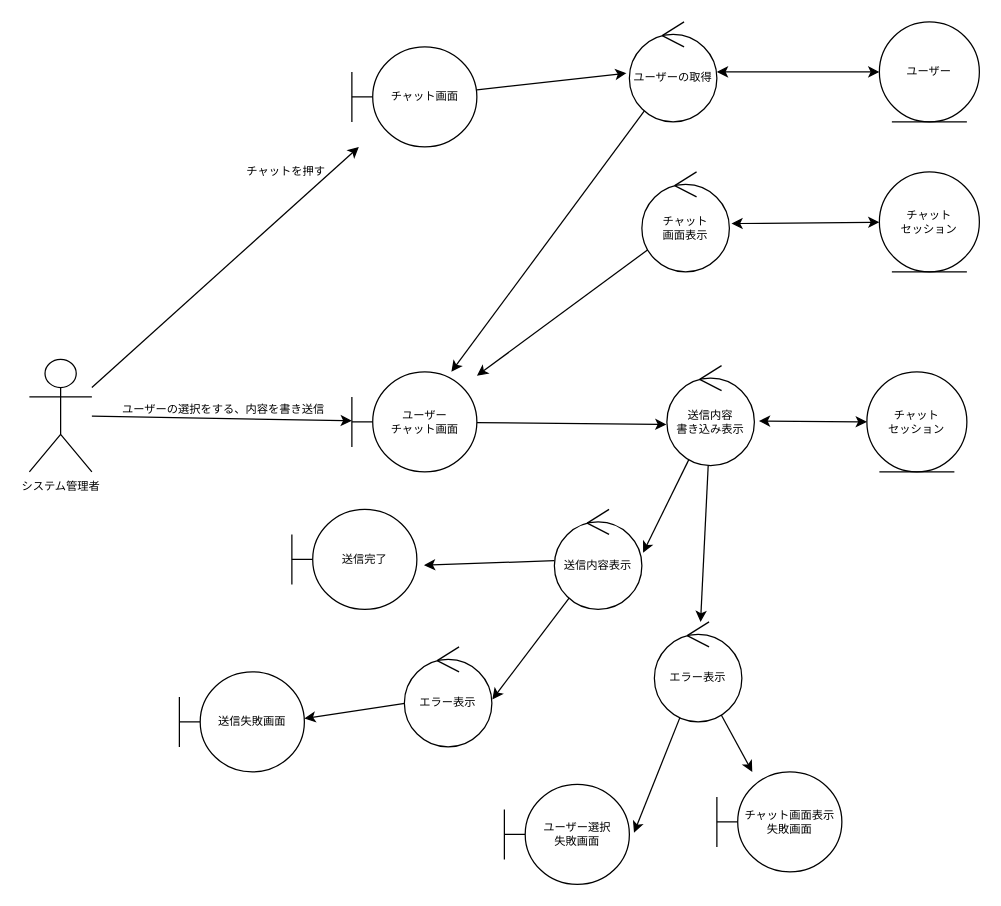
This is page "チャット" (8 of 8) of out/ロバストネス図/システム管理者-ロバストネス図.drawio from ksw2270227/GroupF, a draw.io file, before an edit. Source tidied: cells renumbered, new cells numbered last; positions are measured from the earlier drawing's top-left corner, leaving out a move shared by most shapes. Both pictures are drawn from the tidied source at 125%, with x=0, y=0 at pixel (29, 21).
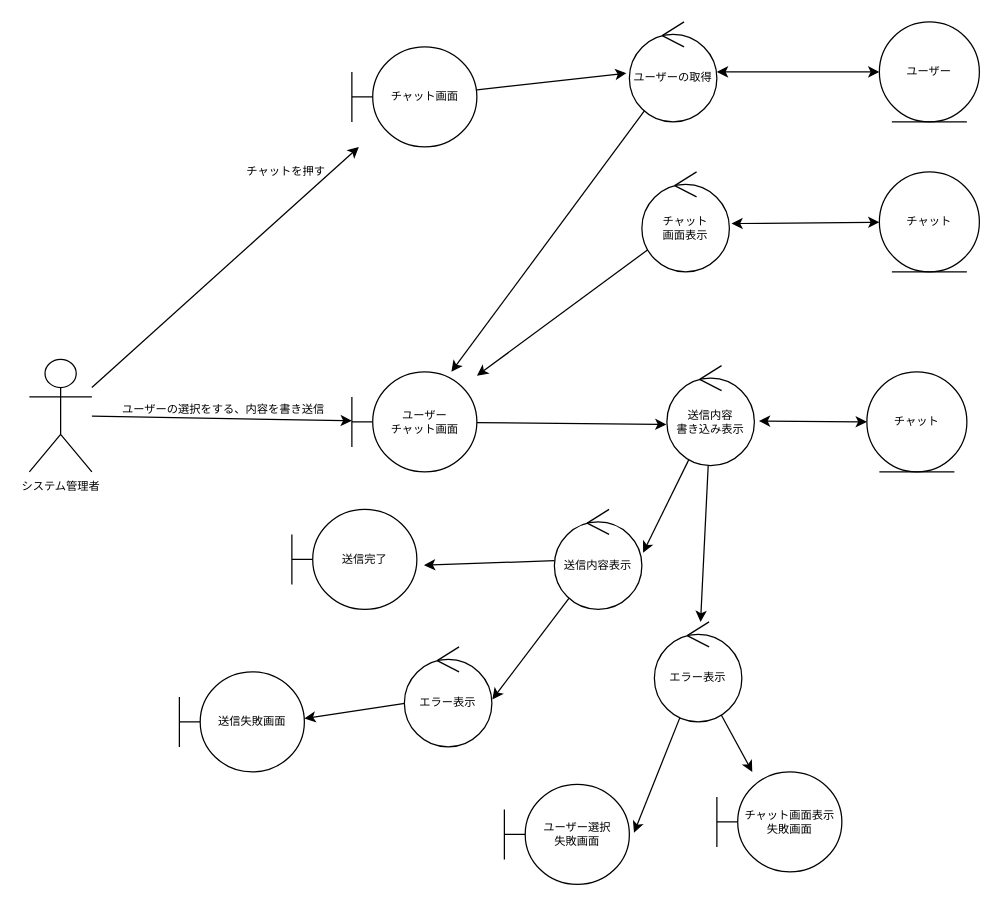
After the change.

What changed in the source:
```diff
@@
-    <mxCell id="10" value="チャット&lt;br&gt;セッション" style="ellipse;shape=umlEntity;whiteSpace=wrap;html=1;fontSize=9;" parent="1" vertex="1">
+    <mxCell id="10" value="チャット" style="ellipse;shape=umlEntity;whiteSpace=wrap;html=1;fontSize=9;" parent="1" vertex="1">
       <mxGeometry x="680" y="120" width="80" height="80" as="geometry" />
     </mxCell>
@@
-    <mxCell id="18" value="チャット&lt;br&gt;セッション" style="ellipse;shape=umlEntity;whiteSpace=wrap;html=1;fontSize=9;" parent="1" vertex="1">
+    <mxCell id="18" value="チャット" style="ellipse;shape=umlEntity;whiteSpace=wrap;html=1;fontSize=9;" parent="1" vertex="1">
       <mxGeometry x="670" y="280" width="80" height="80" as="geometry" />
     </mxCell>
```
